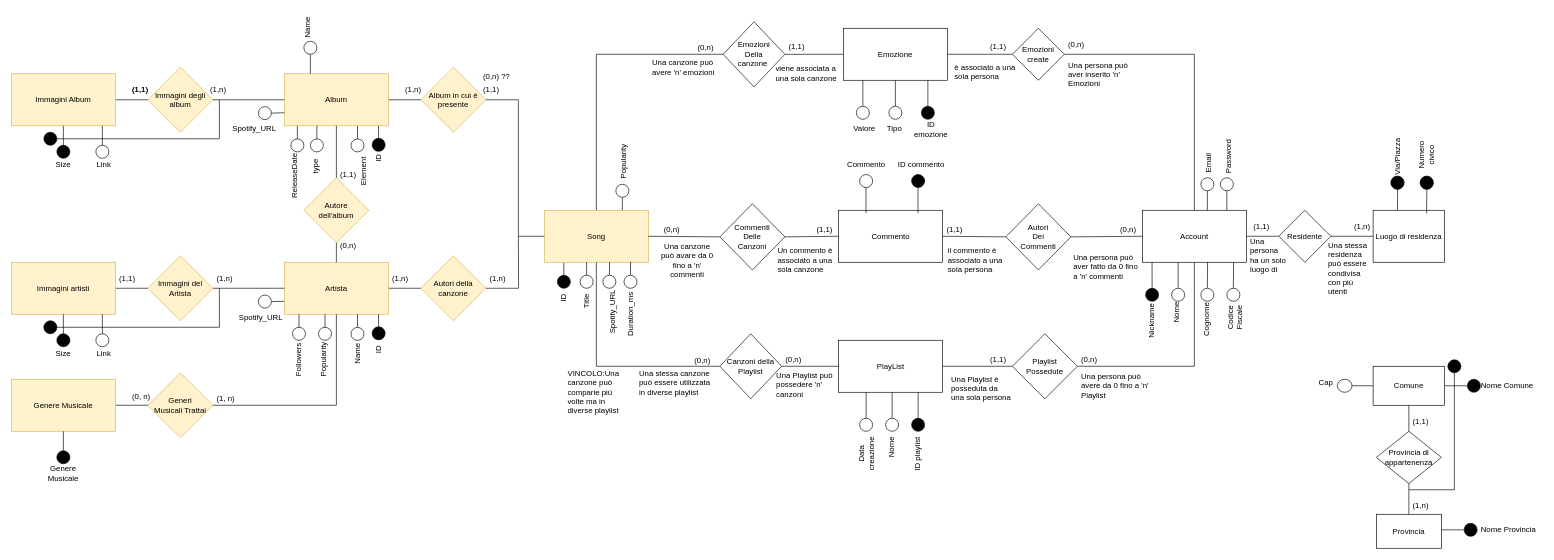
The draw.io diagram Schemi/ER-Database.drawio in MattyMar234/EmotionalSongs2, before the edit. Source tidied: cells renumbered, new cells numbered last; positions are measured from the earlier drawing's top-left corner, leaving out a move shared by most shapes. Both pictures are drawn from the tidied source at 65%, with x=0, y=0 at pixel (11, 21).
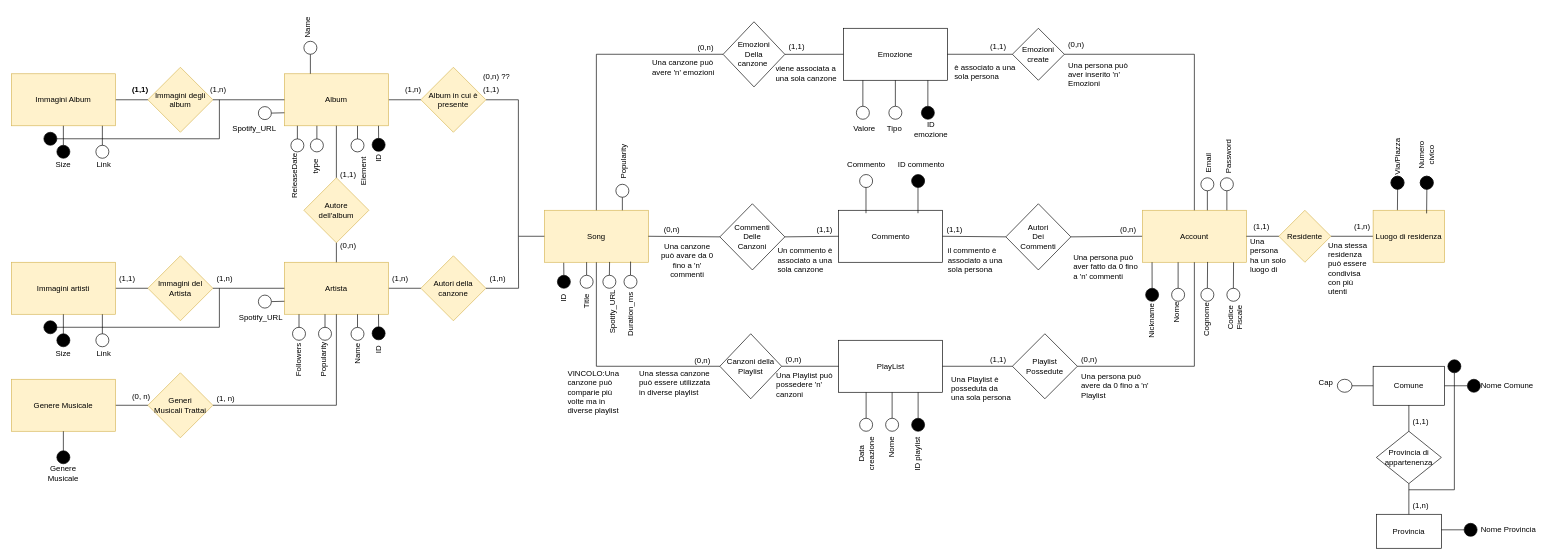
After the change.

Diff of the diagram source:
```diff
@@
-    <mxCell id="21" value="Account" style="rounded=0;whiteSpace=wrap;html=1;" parent="1" vertex="1">
+    <mxCell id="21" value="Account" style="rounded=0;whiteSpace=wrap;html=1;fillColor=#fff2cc;strokeColor=#d6b656;" parent="1" vertex="1">
       <mxGeometry x="1740" y="290" width="160" height="80" as="geometry" />
     </mxCell>
@@
-    <mxCell id="87" value="Residente" style="rhombus;whiteSpace=wrap;html=1;fillColor=#FFFFFF;" parent="1" vertex="1">
+    <mxCell id="87" value="Residente" style="rhombus;whiteSpace=wrap;html=1;fillColor=#fff2cc;strokeColor=#d6b656;" parent="1" vertex="1">
       <mxGeometry x="1950" y="290" width="80" height="80" as="geometry" />
     </mxCell>
@@
-    <mxCell id="91" value="Luogo di residenza" style="rounded=0;whiteSpace=wrap;html=1;" parent="1" vertex="1">
+    <mxCell id="91" value="Luogo di residenza" style="rounded=0;whiteSpace=wrap;html=1;fillColor=#fff2cc;strokeColor=#d6b656;" parent="1" vertex="1">
       <mxGeometry x="2095" y="290" width="110" height="80" as="geometry" />
     </mxCell>
```
